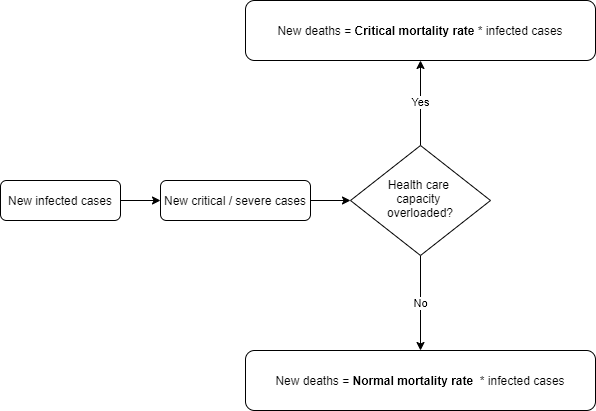
This is img/death_rate.png from o0oBluePhoenixo0o/COVID_19-Social-Dist-Simulation, a draw.io export, as it was before one commit. Source tidied: cells renumbered, new cells last; positions are measured from the earlier drawing's top-left corner, leaving out a move shared by most shapes.
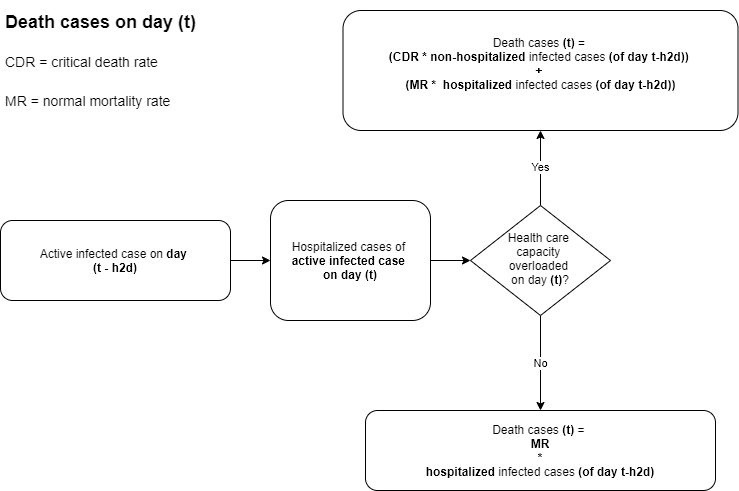
After the change.

The edit, as a diff of the source:
```diff
@@ -1,33 +1,36 @@
 <mxGraphModel>
   <root>
-    <mxCell id="0" />
-    <mxCell id="1" parent="0" />
-    <mxCell id="2" style="edgeStyle=orthogonalEdgeStyle;rounded=0;jettySize=auto;html=1;" parent="1" edge="1" source="3" target="5">
-      <mxGeometry relative="1" as="geometry" />
-    </mxCell>
-    <mxCell id="3" value="New infected cases" style="rounded=1;whiteSpace=wrap;html=1;fontSize=12;glass=0;strokeWidth=1;shadow=0;" parent="1" vertex="1">
-      <mxGeometry y="180" width="120" height="40" as="geometry" />
-    </mxCell>
-    <mxCell id="4" style="edgeStyle=orthogonalEdgeStyle;rounded=0;jettySize=auto;html=1;entryX=0;entryY=0.5;entryDx=0;entryDy=0;" parent="1" edge="1" source="5" target="8">
-      <mxGeometry relative="1" as="geometry" />
-    </mxCell>
-    <mxCell id="5" value="New critical / severe cases" style="rounded=1;whiteSpace=wrap;html=1;fontSize=12;glass=0;strokeWidth=1;shadow=0;" parent="1" vertex="1">
-      <mxGeometry x="160" y="180" width="150" height="40" as="geometry" />
-    </mxCell>
+    <mxCell id="11" />
+    <mxCell id="12" parent="11" />
+    <mxCell id="13" style="edgeStyle=orthogonalEdgeStyle;rounded=0;jettySize=auto;html=1;" parent="12" edge="1" source="14" target="16">
+      <mxGeometry relative="1" as="geometry" />
+    </mxCell>
+    <mxCell id="14" value="Active infected case on &lt;b&gt;day &lt;/b&gt;&lt;br&gt;&lt;b&gt;(t - h2d)&lt;/b&gt;" style="rounded=1;whiteSpace=wrap;html=1;fontSize=12;glass=0;strokeWidth=1;shadow=0;" parent="12" vertex="1">
+      <mxGeometry x="130" y="200" width="230" height="80" as="geometry" />
+    </mxCell>
+    <mxCell id="15" style="edgeStyle=orthogonalEdgeStyle;rounded=0;jettySize=auto;html=1;entryX=0;entryY=0.5;entryDx=0;entryDy=0;" parent="12" edge="1" source="16" target="17">
+      <mxGeometry relative="1" as="geometry" />
+    </mxCell>
+    <mxCell id="16" value="Hospitalized cases of &lt;br&gt;&lt;b&gt;active infected case &lt;br&gt;on&lt;/b&gt; &lt;b&gt;day (t)&lt;/b&gt;" style="rounded=1;whiteSpace=wrap;html=1;fontSize=12;glass=0;strokeWidth=1;shadow=0;" parent="12" vertex="1">
+      <mxGeometry x="400" y="180" width="160" height="120" as="geometry" />
+    </mxCell>
-    <mxCell id="6" value="Yes" style="edgeStyle=orthogonalEdgeStyle;rounded=0;jettySize=auto;html=1;entryX=0.5;entryY=1;entryDx=0;entryDy=0;" parent="1" edge="1" source="8" target="9">
+    <mxCell id="6" value="Yes" style="edgeStyle=orthogonalEdgeStyle;rounded=0;jettySize=auto;html=1;entryX=0.5;entryY=1;entryDx=0;entryDy=0;" parent="12" edge="1" source="17" target="18">
       <mxGeometry relative="1" as="geometry" />
     </mxCell>
-    <mxCell id="7" value="No" style="edgeStyle=orthogonalEdgeStyle;rounded=0;jettySize=auto;html=1;entryX=0.5;entryY=0;entryDx=0;entryDy=0;" parent="1" edge="1" source="8" target="10">
+    <mxCell id="7" value="No" style="edgeStyle=orthogonalEdgeStyle;rounded=0;jettySize=auto;html=1;entryX=0.5;entryY=0;entryDx=0;entryDy=0;" parent="12" edge="1" source="17" target="19">
       <mxGeometry relative="1" as="geometry" />
     </mxCell>
-    <mxCell id="8" value="Health care &lt;br&gt;capacity &lt;br&gt;overloaded?" style="rhombus;whiteSpace=wrap;html=1;shadow=0;fontFamily=Helvetica;fontSize=12;align=center;strokeWidth=1;spacing=6;spacingTop=-4;" parent="1" vertex="1">
-      <mxGeometry x="350" y="145" width="140" height="110" as="geometry" />
-    </mxCell>
-    <mxCell id="9" value="New deaths = &lt;b&gt;Critical mortality rate&lt;/b&gt;&amp;nbsp;* infected cases" style="rounded=1;whiteSpace=wrap;html=1;" parent="1" vertex="1">
-      <mxGeometry x="245" width="350" height="60" as="geometry" />
-    </mxCell>
-    <mxCell id="10" value="New deaths = &lt;b&gt;Normal mortality rate&lt;/b&gt;&amp;nbsp; * infected cases" style="rounded=1;whiteSpace=wrap;html=1;" parent="1" vertex="1">
-      <mxGeometry x="245" y="350" width="350" height="60" as="geometry" />
-    </mxCell>
+    <mxCell id="17" value="Health care &lt;br&gt;capacity &lt;br&gt;overloaded &lt;br&gt;on day &lt;b&gt;(t)&lt;/b&gt;?" style="rhombus;whiteSpace=wrap;html=1;shadow=0;fontFamily=Helvetica;fontSize=12;align=center;strokeWidth=1;spacing=6;spacingTop=-4;" parent="12" vertex="1">
+      <mxGeometry x="600" y="185" width="140" height="110" as="geometry" />
+    </mxCell>
+    <mxCell id="18" value="Death cases &lt;b&gt;(t)&lt;/b&gt; = &lt;br&gt;&lt;b&gt;(CDR&lt;/b&gt;&amp;nbsp;&lt;b&gt;* non-hospitalized&amp;nbsp;&lt;/b&gt;infected cases &lt;b&gt;(of day t-h2d)) &lt;br&gt;+ &lt;br&gt;(&lt;/b&gt;&lt;b&gt;MR&lt;/b&gt;&amp;nbsp;&lt;b&gt;*&amp;nbsp; hospitalized&amp;nbsp;&lt;/b&gt;infected cases&amp;nbsp;&lt;b&gt;(of day t-h2d))&lt;/b&gt;&lt;b&gt;&lt;br&gt;&amp;nbsp;&lt;/b&gt;" style="rounded=1;whiteSpace=wrap;html=1;" parent="12" vertex="1">
+      <mxGeometry x="472.5" y="-10" width="395" height="120" as="geometry" />
+    </mxCell>
+    <mxCell id="19" value="Death cases &lt;b&gt;(t) &lt;/b&gt;= &lt;br&gt;&lt;b&gt;MR&lt;/b&gt;&lt;br&gt;&lt;b&gt;*&lt;br&gt;hospitalized&amp;nbsp;&lt;/b&gt;infected cases &lt;b&gt;(of day t-h2d)&lt;/b&gt;" style="rounded=1;whiteSpace=wrap;html=1;" parent="12" vertex="1">
+      <mxGeometry x="495" y="390" width="350" height="80" as="geometry" />
+    </mxCell>
+    <mxCell id="20" value="&lt;h1 style=&quot;font-size: 18px&quot;&gt;Death cases on day (t)&lt;/h1&gt;&lt;p&gt;&lt;span style=&quot;font-size: 14px&quot;&gt;CDR = critical death rate&lt;/span&gt;&lt;/p&gt;&lt;p&gt;&lt;span style=&quot;font-size: 14px&quot;&gt;MR = normal mortality rate&lt;/span&gt;&lt;/p&gt;" style="text;html=1;strokeColor=none;fillColor=none;spacing=5;spacingTop=-20;whiteSpace=wrap;overflow=hidden;rounded=0;fontSize=18;" parent="12" vertex="1">
+      <mxGeometry x="130" y="-10" width="320" height="160" as="geometry" />
+    </mxCell>
   </root>
 </mxGraphModel>
```
